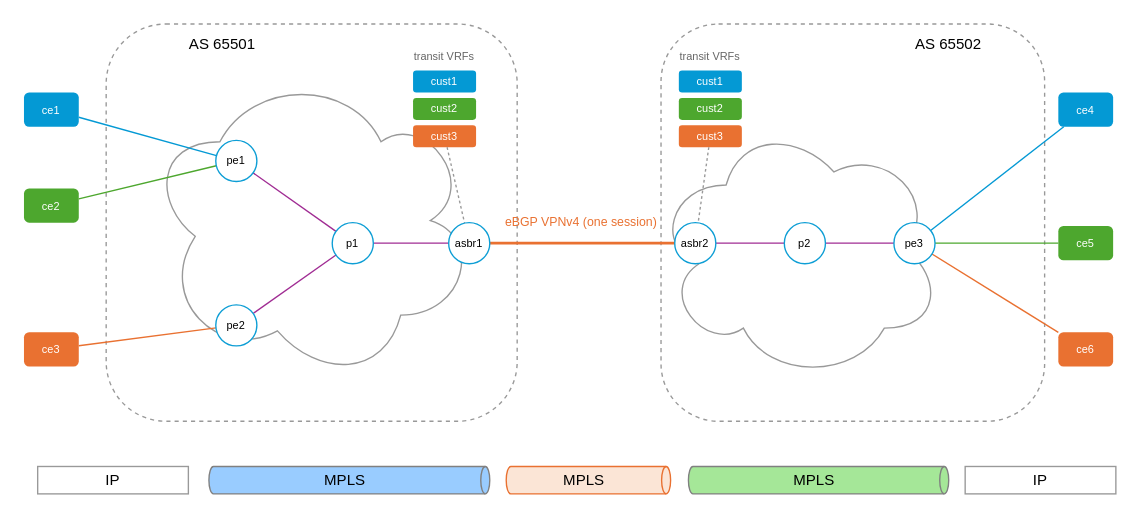
zebra-rs/zebra-rs keeps this draw.io diagram as playset/images/InterASOptionAB.drawio. Above is the earlier version. Source tidied: cells renumbered, new cells numbered last; positions are measured from the earlier drawing's top-left corner, leaving out a move shared by most shapes. Both pictures are drawn from the tidied source at 137%, with x=0, y=0 at pixel (23, 23).
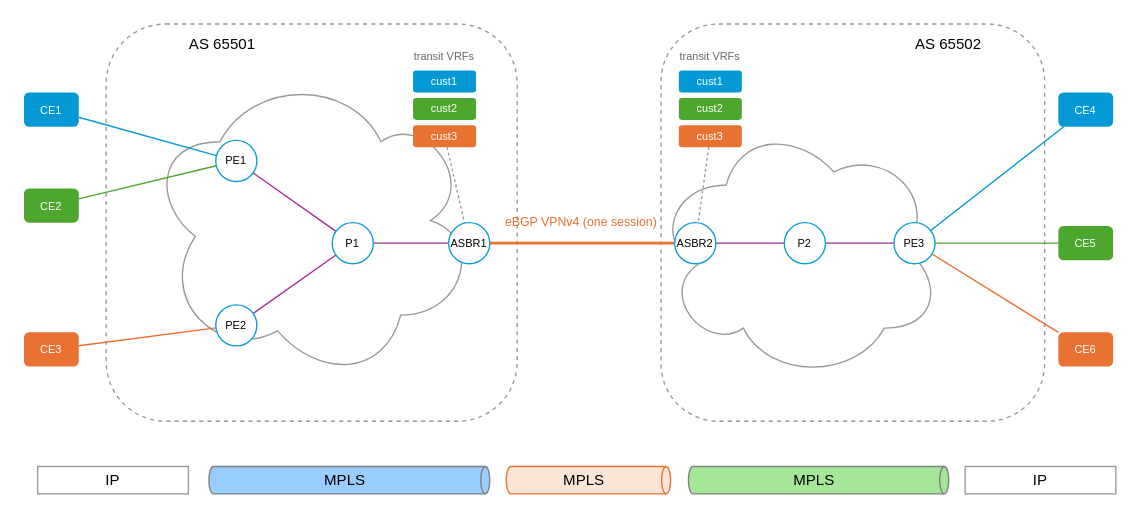
The same diagram, later.

Commit message (it also covers changes not shown here):
playset: uppercase node names in the Option AB diagram

Match the Option A/B/C diagrams (PE1, P1, ASBR1, CE1...). The cust1/2/3
transit-VRF chips stay lowercase — they name the configured VRFs.

Change to the diagram source:
```diff
@@
-    <mxCell id="31" value="pe1" style="ellipse;whiteSpace=wrap;html=1;strokeColor=#0E9ED5;fillColor=#FFFFFF;fontSize=8;" parent="1" vertex="1">
+    <mxCell id="31" value="PE1" style="ellipse;whiteSpace=wrap;html=1;strokeColor=#0E9ED5;fillColor=#FFFFFF;fontSize=8;" parent="1" vertex="1">
       <mxGeometry x="140" y="85" width="30" height="30" as="geometry" />
     </mxCell>
-    <mxCell id="32" value="pe2" style="ellipse;whiteSpace=wrap;html=1;strokeColor=#0E9ED5;fillColor=#FFFFFF;fontSize=8;" parent="1" vertex="1">
+    <mxCell id="32" value="PE2" style="ellipse;whiteSpace=wrap;html=1;strokeColor=#0E9ED5;fillColor=#FFFFFF;fontSize=8;" parent="1" vertex="1">
       <mxGeometry x="140" y="205" width="30" height="30" as="geometry" />
     </mxCell>
-    <mxCell id="33" value="p1" style="ellipse;whiteSpace=wrap;html=1;strokeColor=#0E9ED5;fillColor=#FFFFFF;fontSize=8;" parent="1" vertex="1">
+    <mxCell id="33" value="P1" style="ellipse;whiteSpace=wrap;html=1;strokeColor=#0E9ED5;fillColor=#FFFFFF;fontSize=8;" parent="1" vertex="1">
       <mxGeometry x="225" y="145" width="30" height="30" as="geometry" />
     </mxCell>
-    <mxCell id="34" value="asbr1" style="ellipse;whiteSpace=wrap;html=1;strokeColor=#0E9ED5;fillColor=#FFFFFF;fontSize=8;" parent="1" vertex="1">
+    <mxCell id="34" value="ASBR1" style="ellipse;whiteSpace=wrap;html=1;strokeColor=#0E9ED5;fillColor=#FFFFFF;fontSize=8;" parent="1" vertex="1">
       <mxGeometry x="310" y="145" width="30" height="30" as="geometry" />
     </mxCell>
-    <mxCell id="35" value="asbr2" style="ellipse;whiteSpace=wrap;html=1;strokeColor=#0E9ED5;fillColor=#FFFFFF;fontSize=8;" parent="1" vertex="1">
+    <mxCell id="35" value="ASBR2" style="ellipse;whiteSpace=wrap;html=1;strokeColor=#0E9ED5;fillColor=#FFFFFF;fontSize=8;" parent="1" vertex="1">
       <mxGeometry x="475" y="145" width="30" height="30" as="geometry" />
     </mxCell>
-    <mxCell id="36" value="p2" style="ellipse;whiteSpace=wrap;html=1;strokeColor=#0E9ED5;fillColor=#FFFFFF;fontSize=8;" parent="1" vertex="1">
+    <mxCell id="36" value="P2" style="ellipse;whiteSpace=wrap;html=1;strokeColor=#0E9ED5;fillColor=#FFFFFF;fontSize=8;" parent="1" vertex="1">
       <mxGeometry x="555" y="145" width="30" height="30" as="geometry" />
     </mxCell>
-    <mxCell id="37" value="pe3" style="ellipse;whiteSpace=wrap;html=1;strokeColor=#0E9ED5;fillColor=#FFFFFF;fontSize=8;" parent="1" vertex="1">
+    <mxCell id="37" value="PE3" style="ellipse;whiteSpace=wrap;html=1;strokeColor=#0E9ED5;fillColor=#FFFFFF;fontSize=8;" parent="1" vertex="1">
       <mxGeometry x="635" y="145" width="30" height="30" as="geometry" />
     </mxCell>
-    <mxCell id="38" value="ce1" style="rounded=1;whiteSpace=wrap;html=1;fillStyle=solid;fillColor=#0499D4;strokeColor=none;fontSize=8;fontColor=#FFFFFF;" parent="1" vertex="1">
+    <mxCell id="38" value="CE1" style="rounded=1;whiteSpace=wrap;html=1;fillStyle=solid;fillColor=#0499D4;strokeColor=none;fontSize=8;fontColor=#FFFFFF;" parent="1" vertex="1">
       <mxGeometry y="50" width="40" height="25" as="geometry" />
     </mxCell>
-    <mxCell id="39" value="ce2" style="rounded=1;whiteSpace=wrap;html=1;fillStyle=solid;fillColor=#4DA72E;strokeColor=none;fontSize=8;fontColor=#FFFFFF;" parent="1" vertex="1">
+    <mxCell id="39" value="CE2" style="rounded=1;whiteSpace=wrap;html=1;fillStyle=solid;fillColor=#4DA72E;strokeColor=none;fontSize=8;fontColor=#FFFFFF;" parent="1" vertex="1">
       <mxGeometry y="120" width="40" height="25" as="geometry" />
     </mxCell>
-    <mxCell id="40" value="ce3" style="rounded=1;whiteSpace=wrap;html=1;fillStyle=solid;fillColor=#E97131;strokeColor=none;fontSize=8;fontColor=#FFFFFF;" parent="1" vertex="1">
+    <mxCell id="40" value="CE3" style="rounded=1;whiteSpace=wrap;html=1;fillStyle=solid;fillColor=#E97131;strokeColor=none;fontSize=8;fontColor=#FFFFFF;" parent="1" vertex="1">
       <mxGeometry y="225" width="40" height="25" as="geometry" />
     </mxCell>
-    <mxCell id="41" value="ce4" style="rounded=1;whiteSpace=wrap;html=1;fillStyle=solid;fillColor=#0499D4;strokeColor=none;fontSize=8;fontColor=#FFFFFF;" parent="1" vertex="1">
+    <mxCell id="41" value="CE4" style="rounded=1;whiteSpace=wrap;html=1;fillStyle=solid;fillColor=#0499D4;strokeColor=none;fontSize=8;fontColor=#FFFFFF;" parent="1" vertex="1">
       <mxGeometry x="755" y="50" width="40" height="25" as="geometry" />
     </mxCell>
-    <mxCell id="42" value="ce5" style="rounded=1;whiteSpace=wrap;html=1;fillStyle=solid;fillColor=#4DA72E;strokeColor=none;fontSize=8;fontColor=#FFFFFF;" parent="1" vertex="1">
+    <mxCell id="42" value="CE5" style="rounded=1;whiteSpace=wrap;html=1;fillStyle=solid;fillColor=#4DA72E;strokeColor=none;fontSize=8;fontColor=#FFFFFF;" parent="1" vertex="1">
       <mxGeometry x="755" y="147.5" width="40" height="25" as="geometry" />
     </mxCell>
-    <mxCell id="43" value="ce6" style="rounded=1;whiteSpace=wrap;html=1;fillStyle=solid;fillColor=#E97131;strokeColor=none;fontSize=8;fontColor=#FFFFFF;" parent="1" vertex="1">
+    <mxCell id="43" value="CE6" style="rounded=1;whiteSpace=wrap;html=1;fillStyle=solid;fillColor=#E97131;strokeColor=none;fontSize=8;fontColor=#FFFFFF;" parent="1" vertex="1">
       <mxGeometry x="755" y="225" width="40" height="25" as="geometry" />
     </mxCell>
```
